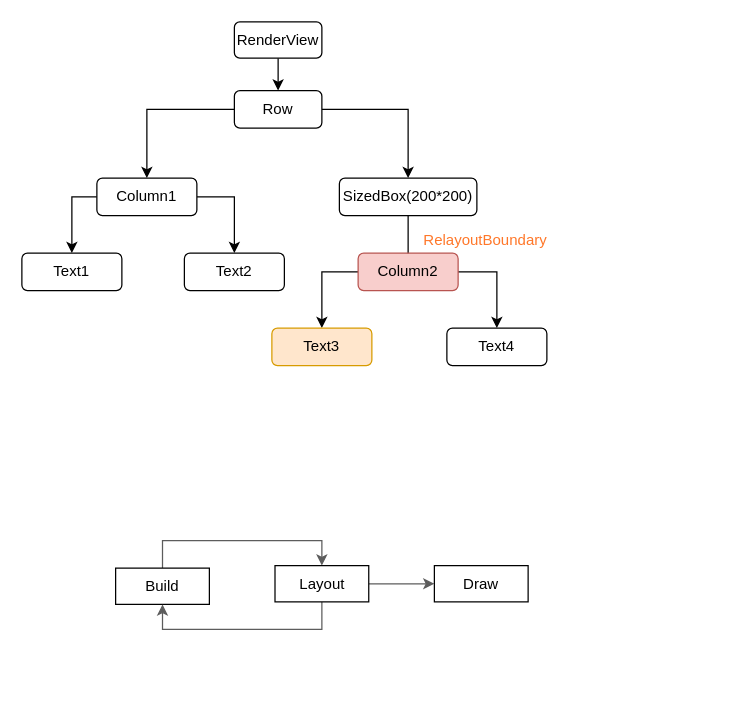
Before: page "Page-4" (4 of 9) of flutter.drawio in flutterchina/flutter_in_action_2nd, a draw.io diagram. Source tidied: cells renumbered, new cells numbered last; positions are measured from the earlier drawing's top-left corner, leaving out a move shared by most shapes. Both pictures are drawn from the tidied source at 125%, with x=0, y=0 at pixel (21, 21).
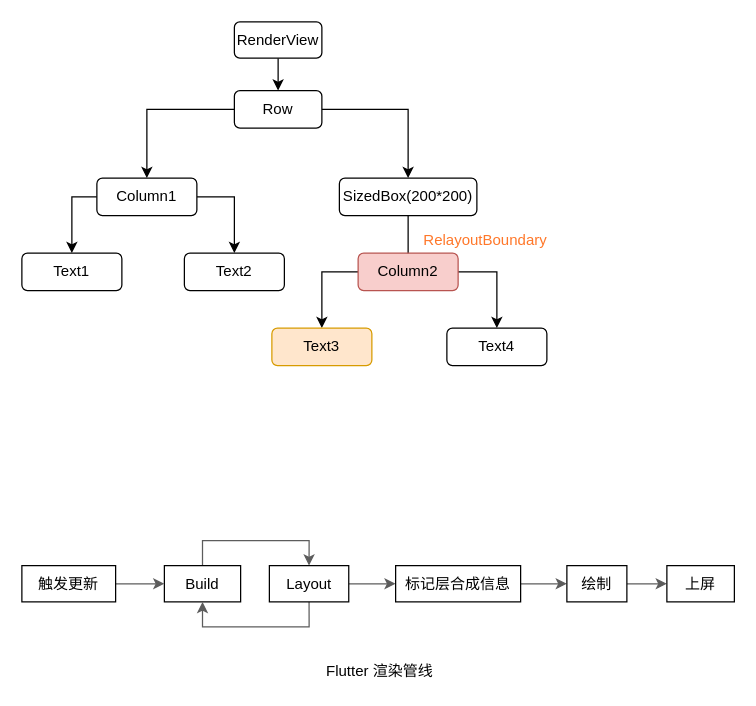
Above is the later version.

The edit, as a diff of the source:
```diff
@@
     <mxCell id="20" value="Build" style="rounded=0;whiteSpace=wrap;html=1;strokeColor=#000000;strokeWidth=1;" parent="1" vertex="1">
-      <mxGeometry x="75" y="437" width="75" height="29" as="geometry" />
+      <mxGeometry x="114" y="435" width="61" height="29" as="geometry" />
     </mxCell>
@@
     <mxCell id="23" value="Layout" style="rounded=0;whiteSpace=wrap;html=1;strokeColor=#000000;strokeWidth=1;" parent="1" vertex="1">
-      <mxGeometry x="202.5" y="435" width="75" height="29" as="geometry" />
+      <mxGeometry x="198" y="435" width="63.5" height="29" as="geometry" />
     </mxCell>
+    <mxCell id="25" style="edgeStyle=orthogonalEdgeStyle;rounded=0;jettySize=auto;html=1;exitX=1;exitY=0.5;exitDx=0;exitDy=0;entryX=0;entryY=0.5;entryDx=0;entryDy=0;strokeColor=#5C5C5C;" parent="1" edge="1" source="24" target="27">
+      <mxGeometry relative="1" as="geometry" />
+    </mxCell>
-    <mxCell id="24" value="Draw" style="rounded=0;whiteSpace=wrap;html=1;strokeColor=#000000;strokeWidth=1;" parent="1" vertex="1">
-      <mxGeometry x="330" y="435" width="75" height="29" as="geometry" />
+    <mxCell id="24" value="标记层合成信息" style="rounded=0;whiteSpace=wrap;html=1;strokeColor=#000000;strokeWidth=1;" parent="1" vertex="1">
+      <mxGeometry x="299" y="435" width="100" height="29" as="geometry" />
     </mxCell>
+    <mxCell id="26" style="edgeStyle=orthogonalEdgeStyle;rounded=0;jettySize=auto;html=1;exitX=1;exitY=0.5;exitDx=0;exitDy=0;entryX=0;entryY=0.5;entryDx=0;entryDy=0;strokeColor=#5C5C5C;" parent="1" edge="1" source="27" target="28">
+      <mxGeometry relative="1" as="geometry" />
+    </mxCell>
+    <mxCell id="27" value="绘制" style="rounded=0;whiteSpace=wrap;html=1;strokeColor=#000000;strokeWidth=1;" parent="1" vertex="1">
+      <mxGeometry x="436" y="435" width="48" height="29" as="geometry" />
+    </mxCell>
+    <mxCell id="28" value="上屏" style="rounded=0;whiteSpace=wrap;html=1;strokeColor=#000000;strokeWidth=1;" parent="1" vertex="1">
+      <mxGeometry x="516" y="435" width="54" height="29" as="geometry" />
+    </mxCell>
+    <mxCell id="29" style="edgeStyle=orthogonalEdgeStyle;rounded=0;jettySize=auto;html=1;exitX=1;exitY=0.5;exitDx=0;exitDy=0;entryX=0;entryY=0.5;entryDx=0;entryDy=0;strokeColor=#5C5C5C;" parent="1" edge="1" source="30" target="20">
+      <mxGeometry relative="1" as="geometry" />
+    </mxCell>
+    <mxCell id="30" value="触发更新" style="rounded=0;whiteSpace=wrap;html=1;strokeColor=#000000;strokeWidth=1;" parent="1" vertex="1">
+      <mxGeometry y="435" width="75" height="29" as="geometry" />
+    </mxCell>
+    <mxCell id="31" value="Flutter 渲染管线" style="text;html=1;strokeColor=none;fillColor=none;align=center;verticalAlign=middle;whiteSpace=wrap;rounded=0;" parent="1" vertex="1">
+      <mxGeometry x="233" y="510" width="107" height="20" as="geometry" />
+    </mxCell>
```
